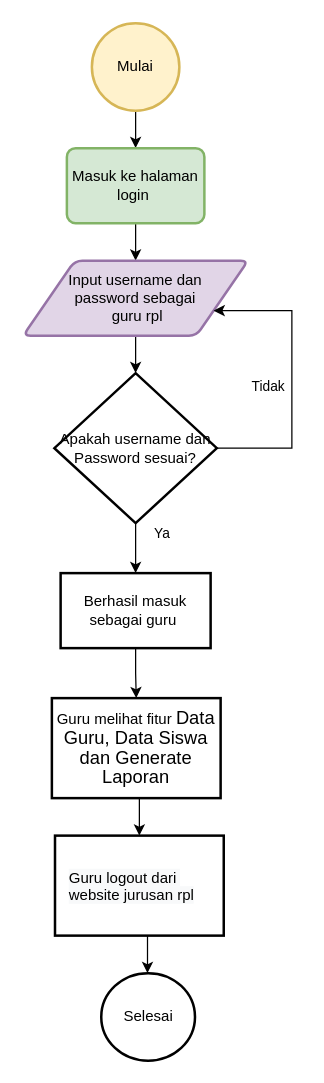
Before: page "guru" (2 of 6) of flowchart ukom.drawio in wnzyy/website, a draw.io diagram. Source tidied: cells renumbered, new cells numbered last; positions are measured from the earlier drawing's top-left corner, leaving out a move shared by most shapes. Both pictures are drawn from the tidied source at 125%, with x=0, y=0 at pixel (22, 22).
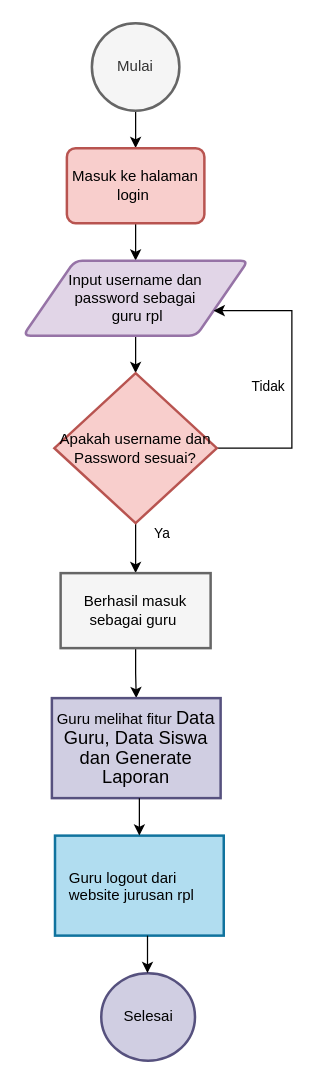
After the change.

Unchanged cells that the change refers to:
```xml
<mxCell id="8" style="edgeStyle=orthogonalEdgeStyle;rounded=0;jettySize=auto;html=1;exitX=0.5;exitY=0;exitDx=0;exitDy=0;exitPerimeter=0;" parent="1" edge="1" source="11" target="7">
  <mxGeometry relative="1" as="geometry">
    <Array as="points">
      <mxPoint x="215" y="340" />
      <mxPoint x="215" y="230" />
    </Array>
  </mxGeometry>
</mxCell>
```

What changed in the source:
```diff
@@
-    <mxCell id="3" value="Mulai" style="strokeWidth=2;html=1;shape=mxgraph.flowchart.start_2;whiteSpace=wrap;fillColor=#fff2cc;strokeColor=#d6b656;" parent="1" vertex="1">
+    <mxCell id="3" value="Mulai" style="strokeWidth=2;html=1;shape=mxgraph.flowchart.start_2;whiteSpace=wrap;fillColor=#f5f5f5;strokeColor=#666666;fontColor=#333333;" parent="1" vertex="1">
       <mxGeometry x="55" width="70" height="70" as="geometry" />
     </mxCell>
-    <mxCell id="4" style="edgeStyle=orthogonalEdgeStyle;rounded=0;jettySize=auto;html=1;" parent="1" edge="1" source="5" target="7">
+    <mxCell id="4" style="edgeStyle=orthogonalEdgeStyle;rounded=0;jettySize=auto;html=1;fontColor=#000000;" parent="1" edge="1" source="5" target="7">
       <mxGeometry relative="1" as="geometry" />
     </mxCell>
-    <mxCell id="5" value="Masuk ke halaman login&amp;nbsp;" style="rounded=1;whiteSpace=wrap;html=1;absoluteArcSize=1;arcSize=14;strokeWidth=2;fillColor=#d5e8d4;strokeColor=#82b366;" parent="1" vertex="1">
+    <mxCell id="5" value="Masuk ke halaman login&amp;nbsp;" style="rounded=1;whiteSpace=wrap;html=1;absoluteArcSize=1;arcSize=14;strokeWidth=2;fillColor=#f8cecc;strokeColor=#b85450;fontColor=#000000;" parent="1" vertex="1">
       <mxGeometry x="35" y="100" width="110" height="60" as="geometry" />
     </mxCell>
-    <mxCell id="6" style="edgeStyle=orthogonalEdgeStyle;rounded=0;jettySize=auto;html=1;" parent="1" edge="1" source="7" target="11">
+    <mxCell id="6" style="edgeStyle=orthogonalEdgeStyle;rounded=0;jettySize=auto;html=1;fontColor=#000000;" parent="1" edge="1" source="7" target="11">
       <mxGeometry relative="1" as="geometry" />
     </mxCell>
-    <mxCell id="7" value="Input username dan &lt;br&gt;password sebagai&lt;br&gt;&amp;nbsp;guru rpl" style="shape=parallelogram;html=1;strokeWidth=2;perimeter=parallelogramPerimeter;whiteSpace=wrap;rounded=1;arcSize=12;size=0.23;fillColor=#e1d5e7;strokeColor=#9673a6;" parent="1" vertex="1">
+    <mxCell id="7" value="Input username dan &lt;br&gt;password sebagai&lt;br&gt;&amp;nbsp;guru rpl" style="shape=parallelogram;html=1;strokeWidth=2;perimeter=parallelogramPerimeter;whiteSpace=wrap;rounded=1;arcSize=12;size=0.23;fillColor=#e1d5e7;strokeColor=#9673a6;fontColor=#000000;" parent="1" vertex="1">
       <mxGeometry y="190" width="180" height="60" as="geometry" />
     </mxCell>
@@
-    <mxCell id="9" value="Tidak" style="edgeLabel;html=1;align=center;verticalAlign=middle;" parent="8" vertex="1">
+    <mxCell id="9" value="Tidak" style="edgeLabel;html=1;align=center;verticalAlign=middle;fontColor=#000000;" parent="8" vertex="1">
       <mxGeometry x="-0.18" y="-2" relative="1" as="geometry">
         <mxPoint x="-22" y="-15" as="offset" />
       </mxGeometry>
     </mxCell>
-    <mxCell id="10" style="edgeStyle=orthogonalEdgeStyle;rounded=0;jettySize=auto;html=1;" parent="1" edge="1" source="11" target="13">
+    <mxCell id="10" style="edgeStyle=orthogonalEdgeStyle;rounded=0;jettySize=auto;html=1;fontColor=#000000;" parent="1" edge="1" source="11" target="13">
       <mxGeometry relative="1" as="geometry" />
     </mxCell>
-    <mxCell id="11" value="Apakah username dan Password sesuai?" style="strokeWidth=2;html=1;shape=mxgraph.flowchart.decision;whiteSpace=wrap;direction=south;" parent="1" vertex="1">
+    <mxCell id="11" value="Apakah username dan Password sesuai?" style="strokeWidth=2;html=1;shape=mxgraph.flowchart.decision;whiteSpace=wrap;direction=south;fillColor=#f8cecc;strokeColor=#b85450;fontColor=#000000;" parent="1" vertex="1">
       <mxGeometry x="25" y="280" width="130" height="120" as="geometry" />
     </mxCell>
-    <mxCell id="12" style="edgeStyle=orthogonalEdgeStyle;rounded=0;jettySize=auto;html=1;" parent="1" edge="1" source="13" target="14">
+    <mxCell id="12" style="edgeStyle=orthogonalEdgeStyle;rounded=0;jettySize=auto;html=1;fontColor=#000000;" parent="1" edge="1" source="13" target="14">
       <mxGeometry relative="1" as="geometry" />
     </mxCell>
-    <mxCell id="13" value="Berhasil masuk sebagai guru&amp;nbsp;" style="whiteSpace=wrap;html=1;strokeWidth=2;" parent="1" vertex="1">
+    <mxCell id="13" value="Berhasil masuk sebagai guru&amp;nbsp;" style="whiteSpace=wrap;html=1;strokeWidth=2;fillColor=#f5f5f5;fontColor=#000000;strokeColor=#666666;" parent="1" vertex="1">
       <mxGeometry x="30" y="440" width="120" height="60" as="geometry" />
     </mxCell>
-    <mxCell id="14" value="Guru melihat fitur&amp;nbsp;&lt;span style=&quot;font-size: 11.0pt ; line-height: 107% ; font-family: &amp;#34;calibri&amp;#34; , sans-serif&quot;&gt;Data&lt;br&gt;Guru, Data Siswa dan Generate Laporan&lt;/span&gt;" style="whiteSpace=wrap;html=1;strokeWidth=2;" parent="1" vertex="1">
+    <mxCell id="14" value="Guru melihat fitur&amp;nbsp;&lt;span style=&quot;font-size: 11.0pt ; line-height: 107% ; font-family: &amp;quot;calibri&amp;quot; , sans-serif&quot;&gt;Data&lt;br&gt;Guru, Data Siswa dan Generate Laporan&lt;/span&gt;" style="whiteSpace=wrap;html=1;strokeWidth=2;fillColor=#d0cee2;strokeColor=#56517e;fontColor=#000000;" parent="1" vertex="1">
       <mxGeometry x="23" y="540" width="135" height="80" as="geometry" />
     </mxCell>
-    <mxCell id="15" value="Selesai" style="strokeWidth=2;html=1;shape=mxgraph.flowchart.start_2;whiteSpace=wrap;" parent="1" vertex="1">
+    <mxCell id="15" value="Selesai" style="strokeWidth=2;html=1;shape=mxgraph.flowchart.start_2;whiteSpace=wrap;fillColor=#d0cee2;strokeColor=#56517e;fontColor=#000000;" parent="1" vertex="1">
       <mxGeometry x="62.5" y="760" width="75" height="70" as="geometry" />
     </mxCell>
-    <mxCell id="16" style="whiteSpace=wrap;html=1;strokeWidth=2;" parent="1" vertex="1">
+    <mxCell id="16" style="whiteSpace=wrap;html=1;strokeWidth=2;fillColor=#b1ddf0;strokeColor=#10739e;" parent="1" vertex="1">
       <mxGeometry x="25.5" y="650" width="135" height="80" as="geometry" />
     </mxCell>
-    <mxCell id="17" value="&lt;span style=&quot;color: rgb(0, 0, 0); font-family: helvetica; font-size: 12px; font-style: normal; font-weight: 400; letter-spacing: normal; text-align: center; text-indent: 0px; text-transform: none; word-spacing: 0px; background-color: rgb(248, 249, 250);&quot;&gt;Guru logout dari&amp;nbsp;&lt;/span&gt;&lt;br style=&quot;color: rgb(0, 0, 0); font-family: helvetica; font-size: 12px; font-style: normal; font-weight: 400; letter-spacing: normal; text-align: center; text-indent: 0px; text-transform: none; word-spacing: 0px; background-color: rgb(248, 249, 250);&quot;&gt;&lt;span style=&quot;color: rgb(0, 0, 0); font-family: helvetica; font-size: 12px; font-style: normal; font-weight: 400; letter-spacing: normal; text-align: center; text-indent: 0px; text-transform: none; word-spacing: 0px; background-color: rgb(248, 249, 250);&quot;&gt;website jurusan rpl&lt;/span&gt;" style="text;whiteSpace=wrap;html=1;" parent="1" vertex="1">
+    <mxCell id="17" value="&lt;span style=&quot;font-family: helvetica; font-size: 12px; font-style: normal; font-weight: 400; letter-spacing: normal; text-align: center; text-indent: 0px; text-transform: none; word-spacing: 0px;&quot;&gt;Guru logout dari&amp;nbsp;&lt;/span&gt;&lt;br style=&quot;font-family: helvetica; font-size: 12px; font-style: normal; font-weight: 400; letter-spacing: normal; text-align: center; text-indent: 0px; text-transform: none; word-spacing: 0px;&quot;&gt;&lt;span style=&quot;font-family: helvetica; font-size: 12px; font-style: normal; font-weight: 400; letter-spacing: normal; text-align: center; text-indent: 0px; text-transform: none; word-spacing: 0px;&quot;&gt;website jurusan rpl&lt;/span&gt;" style="text;whiteSpace=wrap;html=1;labelBackgroundColor=none;fontColor=#000000;" parent="1" vertex="1">
       <mxGeometry x="35" y="670" width="130" height="40" as="geometry" />
     </mxCell>
-    <mxCell id="18" style="endArrow=classic;html=1;entryX=0.5;entryY=0;entryDx=0;entryDy=0;" parent="1" edge="1" target="16">
+    <mxCell id="18" style="endArrow=classic;html=1;entryX=0.5;entryY=0;entryDx=0;entryDy=0;fontColor=#000000;" parent="1" edge="1" target="16">
       <mxGeometry relative="1" as="geometry">
         <mxPoint x="93" y="620" as="sourcePoint" />
       </mxGeometry>
     </mxCell>
@@
-    <mxCell id="20" value="Ya" style="edgeLabel;html=1;align=center;verticalAlign=middle;" parent="1" vertex="1">
+    <mxCell id="20" value="Ya" style="edgeLabel;html=1;align=center;verticalAlign=middle;fontColor=#000000;" parent="1" vertex="1">
       <mxGeometry x="205" y="300" as="geometry">
         <mxPoint x="-95" y="107" as="offset" />
       </mxGeometry>
     </mxCell>
```
